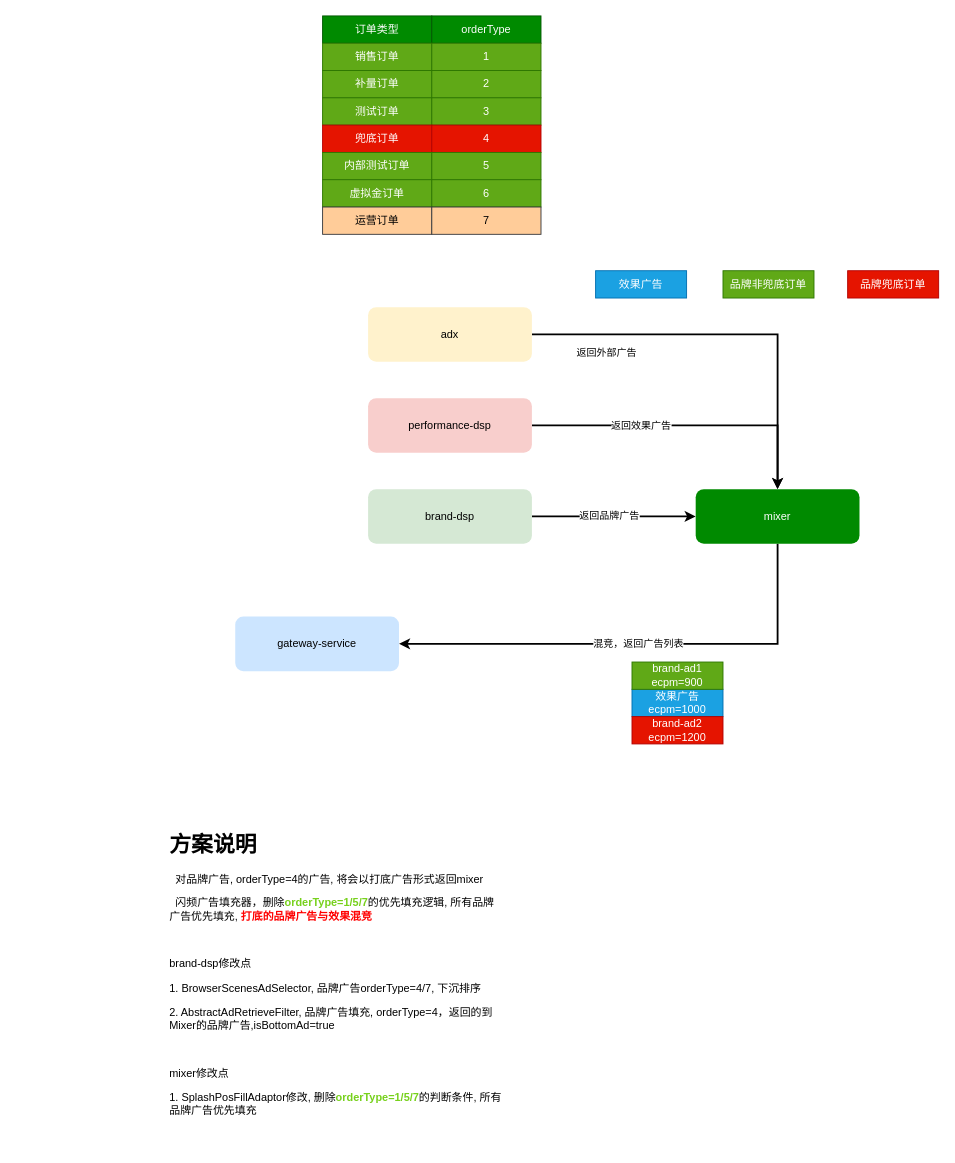
karlchan-cn/drawio-repository keeps this draw.io diagram as page "品牌兜底广告混竞方案" (37 of 37) of universal-engine/brand_dsp_architecture.drawio. Above is the earlier version. Source tidied: cells renumbered, new cells numbered last; positions are measured from the earlier drawing's top-left corner, leaving out a move shared by most shapes. Both pictures are drawn from the tidied source at 91%, with x=0, y=0 at pixel (167, 15).
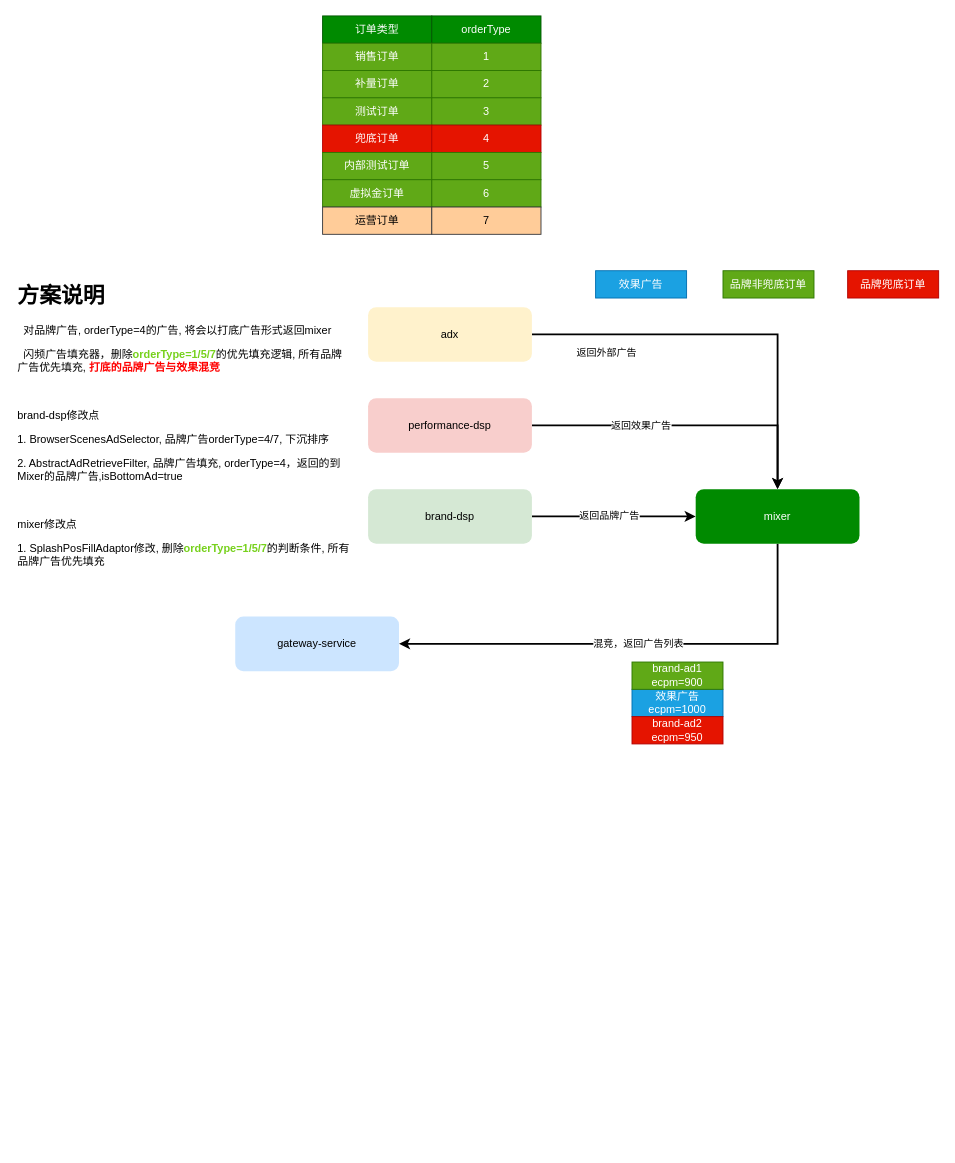
Above is the later version.

Diff of the diagram source:
```diff
@@
-    <mxCell id="35" value="brand-ad2&lt;div&gt;ecpm=1200&lt;/div&gt;" style="rounded=0;whiteSpace=wrap;html=1;fillColor=#e51400;fontColor=#ffffff;strokeColor=#B20000;" parent="1" vertex="1">
+    <mxCell id="35" value="brand-ad2&lt;div&gt;ecpm=950&lt;/div&gt;" style="rounded=0;whiteSpace=wrap;html=1;fillColor=#e51400;fontColor=#ffffff;strokeColor=#B20000;" parent="1" vertex="1">
       <mxGeometry x="510" y="770" width="100" height="30" as="geometry" />
     </mxCell>
     <mxCell id="36" value="&lt;h1 style=&quot;margin-top: 0px;&quot;&gt;方案说明&lt;/h1&gt;&lt;p&gt;&amp;nbsp; 对品牌广告, orderType=4的广告, 将会以打底广告形式返回mixer&lt;/p&gt;&lt;p&gt;&amp;nbsp; 闪频广告填充器，删除&lt;b&gt;&lt;font color=&quot;#77d11c&quot;&gt;orderType=1/5/7&lt;/font&gt;&lt;/b&gt;的优先填充逻辑, 所有品牌广告优先填充, &lt;b&gt;&lt;font color=&quot;#ff0000&quot;&gt;打底的品牌广告与效果混竞&lt;/font&gt;&lt;/b&gt;&lt;/p&gt;&lt;p&gt;&lt;br&gt;&lt;/p&gt;&lt;p&gt;brand-dsp修改点&lt;/p&gt;&lt;p&gt;1. BrowserScenesAdSelector, 品牌广告orderType=4/7, 下沉排序&lt;/p&gt;&lt;p&gt;2. AbstractAdRetrieveFilter, 品牌广告填充, orderType=4，返回的到Mixer的品牌广告,isBottomAd=true&lt;/p&gt;&lt;p&gt;&lt;br&gt;&lt;/p&gt;&lt;p&gt;mixer修改点&lt;/p&gt;&lt;p&gt;1. SplashPosFillAdaptor修改, 删除&lt;b style=&quot;background-color: initial;&quot;&gt;&lt;font color=&quot;#77d11c&quot;&gt;orderType=1/5/7&lt;/font&gt;&lt;/b&gt;&lt;span style=&quot;background-color: initial;&quot;&gt;的判断条件, 所有品牌广告优先填充&lt;/span&gt;&lt;/p&gt;" style="text;html=1;whiteSpace=wrap;overflow=hidden;rounded=0;" parent="1" vertex="1">
-      <mxGeometry y="890" width="370" height="350" as="geometry" />
+      <mxGeometry x="-167" y="287" width="370" height="350" as="geometry" />
     </mxCell>
```
